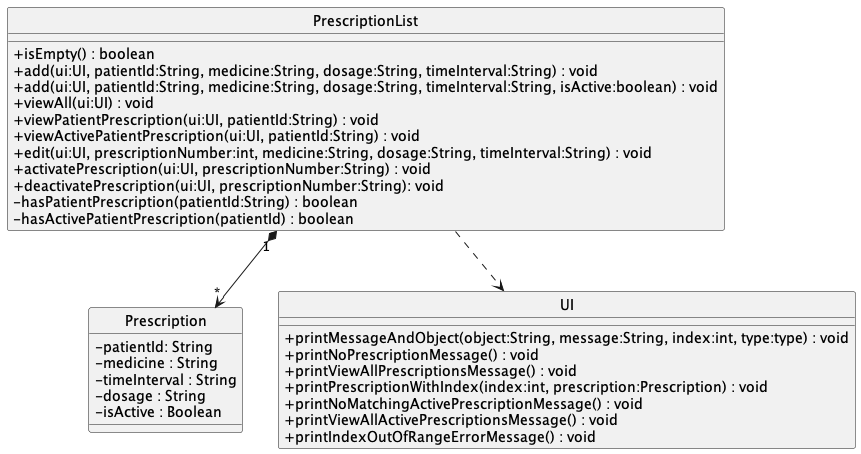
nus-cs2113-AY2223S1/tp keeps this PlantUML diagram as docs/images/PrescriptionListClassDiagram.png. Above is the earlier version.
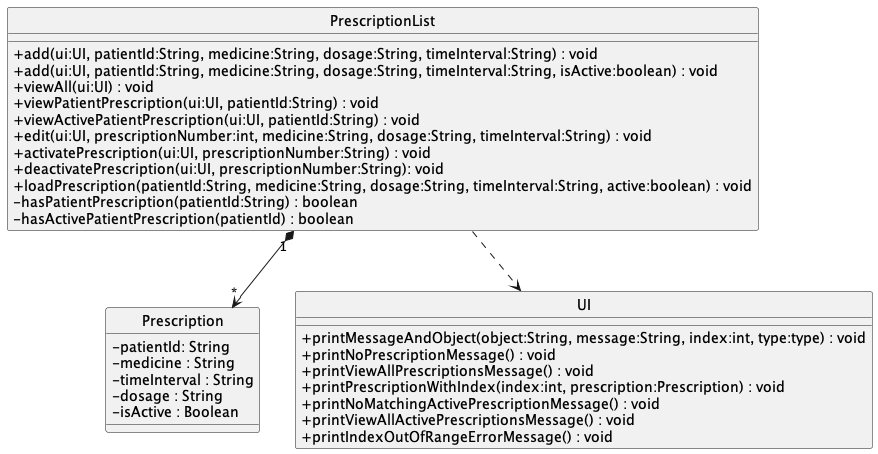
After the commit.

Commit message:
Add edit prescription sequence diagram and further simply other diagrams

The edit, as a diff of the source:
```diff
@@ -3,7 +3,6 @@
 skinparam classAttributeIconSize 0
 
 class PrescriptionList {
-+ isEmpty() : boolean
 + add(ui:UI, patientId:String, medicine:String, dosage:String, timeInterval:String) : void
 + add(ui:UI, patientId:String, medicine:String, dosage:String, timeInterval:String, isActive:boolean) : void
 + viewAll(ui:UI) : void
@@ -12,6 +11,7 @@
 + edit(ui:UI, prescriptionNumber:int, medicine:String, dosage:String, timeInterval:String) : void
 + activatePrescription(ui:UI, prescriptionNumber:String) : void
 + deactivatePrescription(ui:UI, prescriptionNumber:String): void
++ loadPrescription(patientId:String, medicine:String, dosage:String, timeInterval:String, active:boolean) : void
 - hasPatientPrescription(patientId:String) : boolean
 - hasActivePatientPrescription(patientId) : boolean
 }
```
